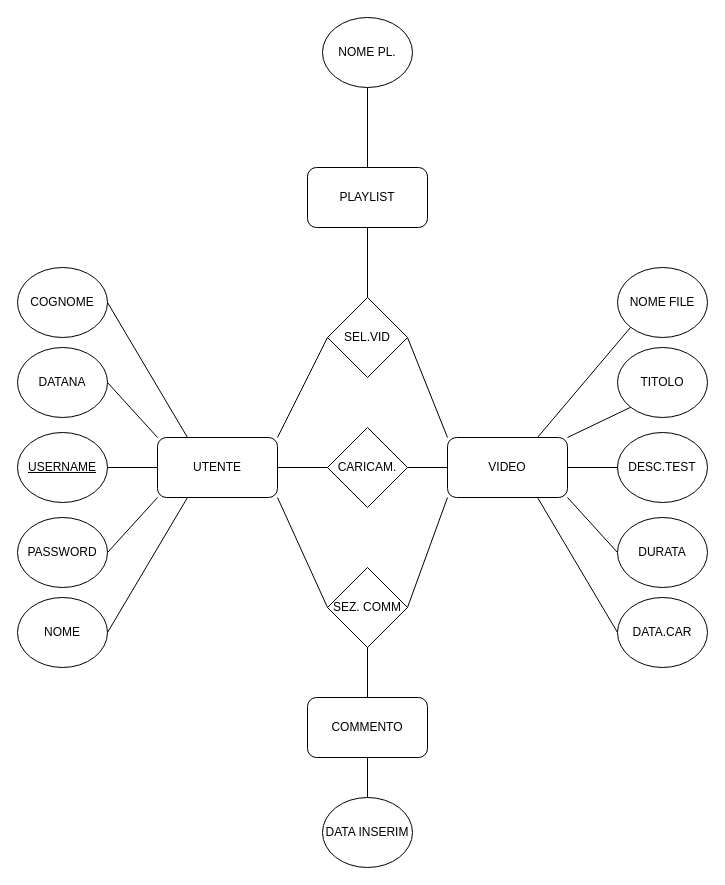
Above: esame.drawio in LilAnciel/Project (draw.io), before the change. Source tidied: cells renumbered, new cells numbered last; positions are measured from the earlier drawing's top-left corner, leaving out a move shared by most shapes. Both pictures are drawn from the tidied source at 100%, with x=0, y=0 at pixel (17, 17).
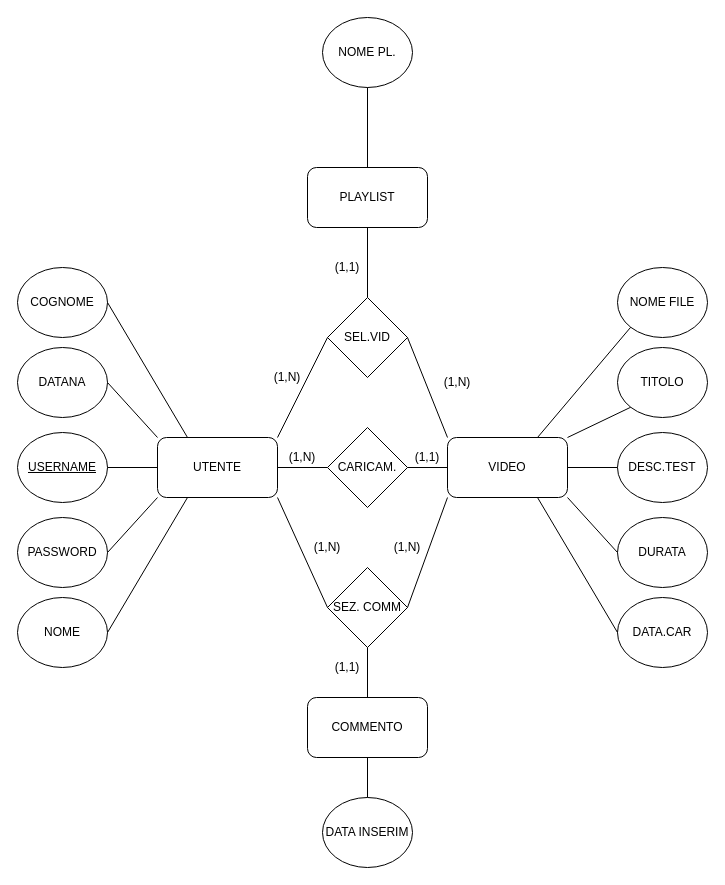
Above is the later version.

The edit, as a diff of the source:
```diff
@@
+    <mxCell id="41" value="(1,1)" style="text;html=1;strokeColor=none;fillColor=none;align=center;verticalAlign=middle;whiteSpace=wrap;rounded=0;" parent="1" vertex="1">
+      <mxGeometry x="390" y="430" width="40" height="20" as="geometry" />
+    </mxCell>
+    <mxCell id="42" value="(1,N)" style="text;html=1;strokeColor=none;fillColor=none;align=center;verticalAlign=middle;whiteSpace=wrap;rounded=0;" parent="1" vertex="1">
+      <mxGeometry x="265" y="430" width="40" height="20" as="geometry" />
+    </mxCell>
+    <mxCell id="43" value="(1,1)" style="text;html=1;strokeColor=none;fillColor=none;align=center;verticalAlign=middle;whiteSpace=wrap;rounded=0;" parent="1" vertex="1">
+      <mxGeometry x="310" y="640" width="40" height="20" as="geometry" />
+    </mxCell>
+    <mxCell id="44" value="(1,N)" style="text;html=1;strokeColor=none;fillColor=none;align=center;verticalAlign=middle;whiteSpace=wrap;rounded=0;" parent="1" vertex="1">
+      <mxGeometry x="370" y="520" width="40" height="20" as="geometry" />
+    </mxCell>
+    <mxCell id="45" value="(1,N)" style="text;html=1;strokeColor=none;fillColor=none;align=center;verticalAlign=middle;whiteSpace=wrap;rounded=0;" parent="1" vertex="1">
+      <mxGeometry x="290" y="520" width="40" height="20" as="geometry" />
+    </mxCell>
+    <mxCell id="46" value="(1,1)" style="text;html=1;strokeColor=none;fillColor=none;align=center;verticalAlign=middle;whiteSpace=wrap;rounded=0;" parent="1" vertex="1">
+      <mxGeometry x="310" y="240" width="40" height="20" as="geometry" />
+    </mxCell>
+    <mxCell id="47" value="(1,N)" style="text;html=1;strokeColor=none;fillColor=none;align=center;verticalAlign=middle;whiteSpace=wrap;rounded=0;" parent="1" vertex="1">
+      <mxGeometry x="250" y="350" width="40" height="20" as="geometry" />
+    </mxCell>
+    <mxCell id="48" value="(1,N)" style="text;html=1;strokeColor=none;fillColor=none;align=center;verticalAlign=middle;whiteSpace=wrap;rounded=0;" parent="1" vertex="1">
+      <mxGeometry x="420" y="355" width="40" height="20" as="geometry" />
+    </mxCell>
```
